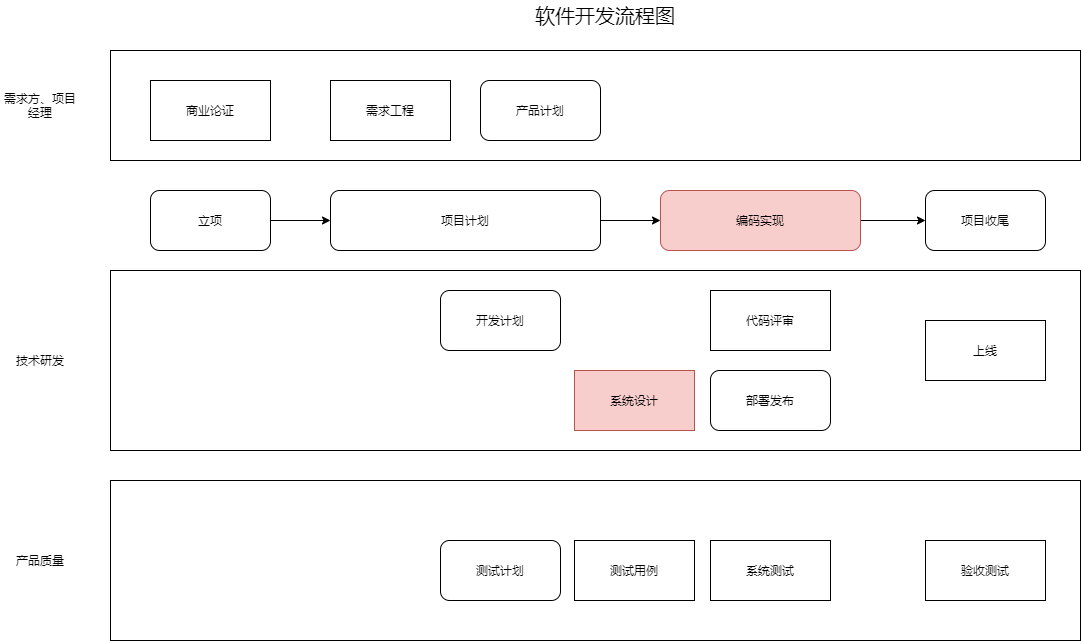
codefossil/javabook keeps this draw.io diagram as image/process.drawio.png. Above is the earlier version. Source tidied: cells renumbered, new cells last; positions are measured from the earlier drawing's top-left corner, leaving out a move shared by most shapes. Its diagram source:
```xml
<mxGraphModel>
  <root>
    <mxCell id="0" />
    <mxCell id="1" parent="0" />
    <mxCell id="2" style="rounded=0;whiteSpace=wrap;html=1;" parent="1" vertex="1">
      <mxGeometry x="110" y="50" width="970" height="110" as="geometry" />
    </mxCell>
    <mxCell id="3" style="rounded=0;whiteSpace=wrap;html=1;" parent="1" vertex="1">
      <mxGeometry x="110" y="480" width="970" height="160" as="geometry" />
    </mxCell>
    <mxCell id="4" style="rounded=0;whiteSpace=wrap;html=1;" parent="1" vertex="1">
      <mxGeometry x="110" y="270" width="970" height="180" as="geometry" />
    </mxCell>
    <mxCell id="5" style="edgeStyle=orthogonalEdgeStyle;rounded=0;jettySize=auto;html=1;" parent="1" edge="1" source="6" target="11">
      <mxGeometry relative="1" as="geometry" />
    </mxCell>
    <mxCell id="6" value="立项" style="rounded=1;whiteSpace=wrap;html=1;" parent="1" vertex="1">
      <mxGeometry x="150" y="190" width="120" height="60" as="geometry" />
    </mxCell>
    <mxCell id="7" value="商业论证" style="rounded=0;whiteSpace=wrap;html=1;" parent="1" vertex="1">
      <mxGeometry x="150" y="80" width="120" height="60" as="geometry" />
    </mxCell>
    <mxCell id="8" value="需求工程" style="rounded=0;whiteSpace=wrap;html=1;" parent="1" vertex="1">
      <mxGeometry x="330" y="80" width="120" height="60" as="geometry" />
    </mxCell>
    <mxCell id="9" value="产品计划" style="rounded=1;whiteSpace=wrap;html=1;" parent="1" vertex="1">
      <mxGeometry x="480" y="80" width="120" height="60" as="geometry" />
    </mxCell>
    <mxCell id="10" style="edgeStyle=orthogonalEdgeStyle;rounded=0;jettySize=auto;html=1;" parent="1" edge="1" source="11" target="20">
      <mxGeometry relative="1" as="geometry" />
    </mxCell>
    <mxCell id="11" value="项目计划" style="rounded=1;whiteSpace=wrap;html=1;" parent="1" vertex="1">
      <mxGeometry x="330" y="190" width="270" height="60" as="geometry" />
    </mxCell>
    <mxCell id="12" value="测试计划" style="rounded=1;whiteSpace=wrap;html=1;" parent="1" vertex="1">
      <mxGeometry x="440" y="540" width="120" height="60" as="geometry" />
    </mxCell>
    <mxCell id="13" value="开发计划" style="rounded=1;whiteSpace=wrap;html=1;" parent="1" vertex="1">
      <mxGeometry x="440" y="290" width="120" height="60" as="geometry" />
    </mxCell>
    <mxCell id="14" value="系统设计" style="rounded=0;whiteSpace=wrap;html=1;fillColor=#f8cecc;strokeColor=#b85450;" parent="1" vertex="1">
      <mxGeometry x="574" y="370" width="120" height="60" as="geometry" />
    </mxCell>
    <mxCell id="15" value="系统测试" style="rounded=0;whiteSpace=wrap;html=1;" parent="1" vertex="1">
      <mxGeometry x="710" y="540" width="120" height="60" as="geometry" />
    </mxCell>
    <mxCell id="16" value="测试用例" style="rounded=0;whiteSpace=wrap;html=1;" parent="1" vertex="1">
      <mxGeometry x="574" y="540" width="120" height="60" as="geometry" />
    </mxCell>
    <mxCell id="17" value="代码评审" style="rounded=0;whiteSpace=wrap;html=1;" parent="1" vertex="1">
      <mxGeometry x="710" y="290" width="120" height="60" as="geometry" />
    </mxCell>
    <mxCell id="18" value="部署发布" style="rounded=1;whiteSpace=wrap;html=1;" parent="1" vertex="1">
      <mxGeometry x="710" y="370" width="120" height="60" as="geometry" />
    </mxCell>
    <mxCell id="19" style="edgeStyle=orthogonalEdgeStyle;rounded=0;jettySize=auto;html=1;" parent="1" edge="1" source="20" target="22">
      <mxGeometry relative="1" as="geometry" />
    </mxCell>
    <mxCell id="20" value="编码实现" style="rounded=1;whiteSpace=wrap;html=1;fillColor=#f8cecc;strokeColor=#b85450;" parent="1" vertex="1">
      <mxGeometry x="660" y="190" width="200" height="60" as="geometry" />
    </mxCell>
    <mxCell id="21" value="验收测试" style="rounded=0;whiteSpace=wrap;html=1;" parent="1" vertex="1">
      <mxGeometry x="925" y="540" width="120" height="60" as="geometry" />
    </mxCell>
    <mxCell id="22" value="项目收尾" style="rounded=1;whiteSpace=wrap;html=1;" parent="1" vertex="1">
      <mxGeometry x="925" y="190" width="120" height="60" as="geometry" />
    </mxCell>
    <mxCell id="23" value="上线" style="rounded=0;whiteSpace=wrap;html=1;" parent="1" vertex="1">
      <mxGeometry x="925" y="320" width="120" height="60" as="geometry" />
    </mxCell>
    <mxCell id="24" value="&lt;font style=&quot;font-size: 20px&quot;&gt;软件开发流程图&lt;/font&gt;" style="text;html=1;strokeColor=none;fillColor=none;align=center;verticalAlign=middle;whiteSpace=wrap;rounded=0;" parent="1" vertex="1">
      <mxGeometry x="520" width="170" height="30" as="geometry" />
    </mxCell>
    <mxCell id="25" value="需求方、项目经理" style="text;html=1;strokeColor=none;fillColor=none;align=center;verticalAlign=middle;whiteSpace=wrap;rounded=0;" parent="1" vertex="1">
      <mxGeometry y="90" width="80" height="30" as="geometry" />
    </mxCell>
    <mxCell id="26" value="技术研发" style="text;html=1;strokeColor=none;fillColor=none;align=center;verticalAlign=middle;whiteSpace=wrap;rounded=0;" parent="1" vertex="1">
      <mxGeometry y="345" width="80" height="30" as="geometry" />
    </mxCell>
    <mxCell id="27" value="产品质量" style="text;html=1;strokeColor=none;fillColor=none;align=center;verticalAlign=middle;whiteSpace=wrap;rounded=0;" parent="1" vertex="1">
      <mxGeometry y="545" width="80" height="30" as="geometry" />
    </mxCell>
  </root>
</mxGraphModel>
```
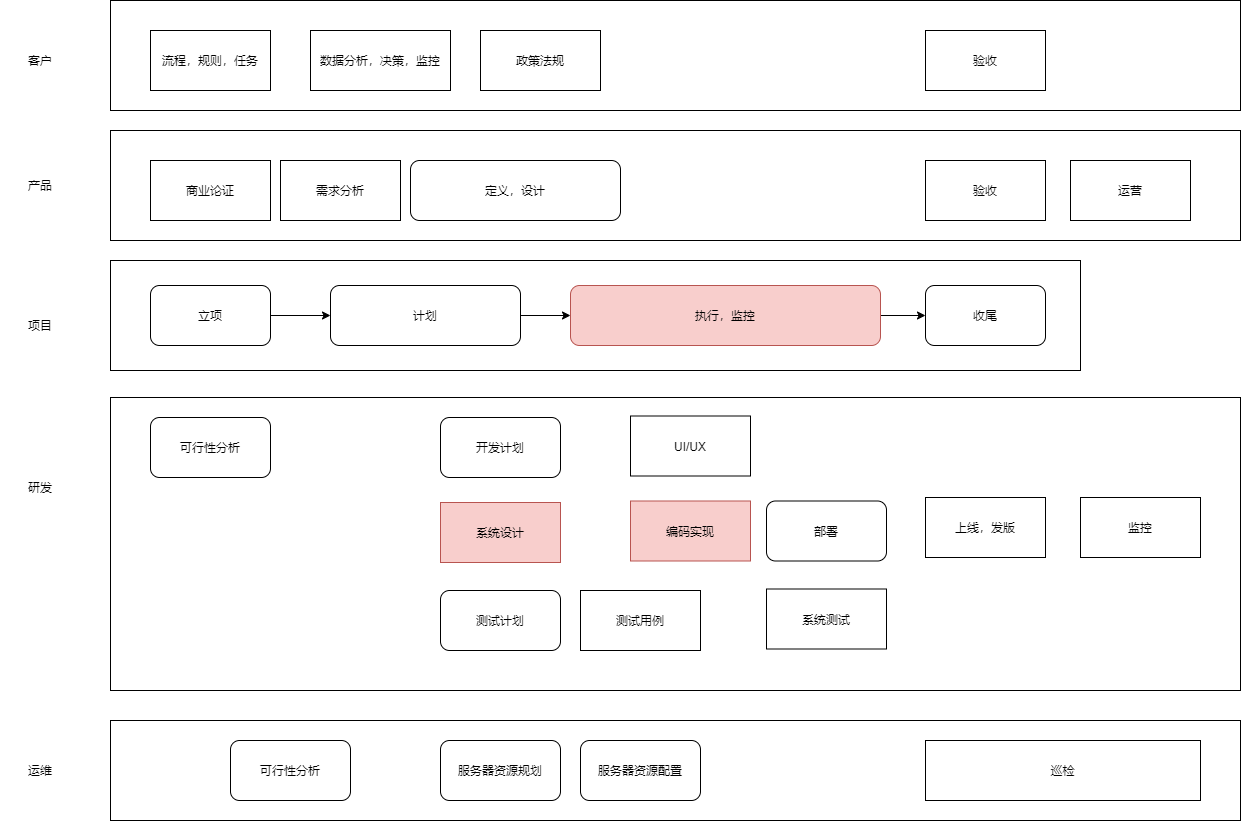
Later version of the same file.

The edit, as a diff of the source:
```diff
@@ -2,83 +2,128 @@
   <root>
     <mxCell id="0" />
     <mxCell id="1" parent="0" />
+    <mxCell id="28" style="rounded=0;whiteSpace=wrap;html=1;" parent="1" vertex="1">
+      <mxGeometry x="120" y="340" width="970" height="110" as="geometry" />
+    </mxCell>
     <mxCell id="2" style="rounded=0;whiteSpace=wrap;html=1;" parent="1" vertex="1">
-      <mxGeometry x="110" y="50" width="970" height="110" as="geometry" />
+      <mxGeometry x="120" y="210" width="1130" height="110" as="geometry" />
     </mxCell>
-    <mxCell id="3" style="rounded=0;whiteSpace=wrap;html=1;" parent="1" vertex="1">
-      <mxGeometry x="110" y="480" width="970" height="160" as="geometry" />
-    </mxCell>
     <mxCell id="4" style="rounded=0;whiteSpace=wrap;html=1;" parent="1" vertex="1">
-      <mxGeometry x="110" y="270" width="970" height="180" as="geometry" />
+      <mxGeometry x="120" y="477" width="1130" height="293" as="geometry" />
     </mxCell>
     <mxCell id="5" style="edgeStyle=orthogonalEdgeStyle;rounded=0;jettySize=auto;html=1;" parent="1" edge="1" source="6" target="11">
       <mxGeometry relative="1" as="geometry" />
     </mxCell>
     <mxCell id="6" value="立项" style="rounded=1;whiteSpace=wrap;html=1;" parent="1" vertex="1">
-      <mxGeometry x="150" y="190" width="120" height="60" as="geometry" />
+      <mxGeometry x="160" y="365" width="120" height="60" as="geometry" />
     </mxCell>
     <mxCell id="7" value="商业论证" style="rounded=0;whiteSpace=wrap;html=1;" parent="1" vertex="1">
-      <mxGeometry x="150" y="80" width="120" height="60" as="geometry" />
+      <mxGeometry x="160" y="240" width="120" height="60" as="geometry" />
     </mxCell>
-    <mxCell id="8" value="需求工程" style="rounded=0;whiteSpace=wrap;html=1;" parent="1" vertex="1">
-      <mxGeometry x="330" y="80" width="120" height="60" as="geometry" />
+    <mxCell id="8" value="需求分析" style="rounded=0;whiteSpace=wrap;html=1;" parent="1" vertex="1">
+      <mxGeometry x="290" y="240" width="120" height="60" as="geometry" />
     </mxCell>
-    <mxCell id="9" value="产品计划" style="rounded=1;whiteSpace=wrap;html=1;" parent="1" vertex="1">
-      <mxGeometry x="480" y="80" width="120" height="60" as="geometry" />
+    <mxCell id="9" value="定义，设计" style="rounded=1;whiteSpace=wrap;html=1;" parent="1" vertex="1">
+      <mxGeometry x="420" y="240" width="210" height="60" as="geometry" />
     </mxCell>
     <mxCell id="10" style="edgeStyle=orthogonalEdgeStyle;rounded=0;jettySize=auto;html=1;" parent="1" edge="1" source="11" target="20">
       <mxGeometry relative="1" as="geometry" />
     </mxCell>
-    <mxCell id="11" value="项目计划" style="rounded=1;whiteSpace=wrap;html=1;" parent="1" vertex="1">
-      <mxGeometry x="330" y="190" width="270" height="60" as="geometry" />
+    <mxCell id="11" value="计划" style="rounded=1;whiteSpace=wrap;html=1;" parent="1" vertex="1">
+      <mxGeometry x="340" y="365" width="190" height="60" as="geometry" />
     </mxCell>
     <mxCell id="12" value="测试计划" style="rounded=1;whiteSpace=wrap;html=1;" parent="1" vertex="1">
-      <mxGeometry x="440" y="540" width="120" height="60" as="geometry" />
+      <mxGeometry x="450" y="670" width="120" height="60" as="geometry" />
     </mxCell>
     <mxCell id="13" value="开发计划" style="rounded=1;whiteSpace=wrap;html=1;" parent="1" vertex="1">
-      <mxGeometry x="440" y="290" width="120" height="60" as="geometry" />
+      <mxGeometry x="450" y="497" width="120" height="60" as="geometry" />
     </mxCell>
     <mxCell id="14" value="系统设计" style="rounded=0;whiteSpace=wrap;html=1;fillColor=#f8cecc;strokeColor=#b85450;" parent="1" vertex="1">
-      <mxGeometry x="574" y="370" width="120" height="60" as="geometry" />
+      <mxGeometry x="450" y="582" width="120" height="60" as="geometry" />
     </mxCell>
     <mxCell id="15" value="系统测试" style="rounded=0;whiteSpace=wrap;html=1;" parent="1" vertex="1">
-      <mxGeometry x="710" y="540" width="120" height="60" as="geometry" />
+      <mxGeometry x="776" y="668.5" width="120" height="60" as="geometry" />
     </mxCell>
     <mxCell id="16" value="测试用例" style="rounded=0;whiteSpace=wrap;html=1;" parent="1" vertex="1">
-      <mxGeometry x="574" y="540" width="120" height="60" as="geometry" />
+      <mxGeometry x="590" y="670" width="120" height="60" as="geometry" />
     </mxCell>
-    <mxCell id="17" value="代码评审" style="rounded=0;whiteSpace=wrap;html=1;" parent="1" vertex="1">
-      <mxGeometry x="710" y="290" width="120" height="60" as="geometry" />
-    </mxCell>
-    <mxCell id="18" value="部署发布" style="rounded=1;whiteSpace=wrap;html=1;" parent="1" vertex="1">
-      <mxGeometry x="710" y="370" width="120" height="60" as="geometry" />
+    <mxCell id="18" value="部署" style="rounded=1;whiteSpace=wrap;html=1;" parent="1" vertex="1">
+      <mxGeometry x="776" y="580.5" width="120" height="60" as="geometry" />
     </mxCell>
     <mxCell id="19" style="edgeStyle=orthogonalEdgeStyle;rounded=0;jettySize=auto;html=1;" parent="1" edge="1" source="20" target="22">
       <mxGeometry relative="1" as="geometry" />
     </mxCell>
-    <mxCell id="20" value="编码实现" style="rounded=1;whiteSpace=wrap;html=1;fillColor=#f8cecc;strokeColor=#b85450;" parent="1" vertex="1">
-      <mxGeometry x="660" y="190" width="200" height="60" as="geometry" />
+    <mxCell id="20" value="执行，监控" style="rounded=1;whiteSpace=wrap;html=1;fillColor=#f8cecc;strokeColor=#b85450;" parent="1" vertex="1">
+      <mxGeometry x="580" y="365" width="310" height="60" as="geometry" />
     </mxCell>
-    <mxCell id="21" value="验收测试" style="rounded=0;whiteSpace=wrap;html=1;" parent="1" vertex="1">
-      <mxGeometry x="925" y="540" width="120" height="60" as="geometry" />
-    </mxCell>
-    <mxCell id="22" value="项目收尾" style="rounded=1;whiteSpace=wrap;html=1;" parent="1" vertex="1">
-      <mxGeometry x="925" y="190" width="120" height="60" as="geometry" />
+    <mxCell id="22" value="收尾" style="rounded=1;whiteSpace=wrap;html=1;" parent="1" vertex="1">
+      <mxGeometry x="935" y="365" width="120" height="60" as="geometry" />
     </mxCell>
-    <mxCell id="23" value="上线" style="rounded=0;whiteSpace=wrap;html=1;" parent="1" vertex="1">
-      <mxGeometry x="925" y="320" width="120" height="60" as="geometry" />
+    <mxCell id="23" value="上线，发版" style="rounded=0;whiteSpace=wrap;html=1;" parent="1" vertex="1">
+      <mxGeometry x="935" y="577" width="120" height="60" as="geometry" />
     </mxCell>
-    <mxCell id="24" value="&lt;font style=&quot;font-size: 20px&quot;&gt;软件开发流程图&lt;/font&gt;" style="text;html=1;strokeColor=none;fillColor=none;align=center;verticalAlign=middle;whiteSpace=wrap;rounded=0;" parent="1" vertex="1">
-      <mxGeometry x="520" width="170" height="30" as="geometry" />
-    </mxCell>
-    <mxCell id="25" value="需求方、项目经理" style="text;html=1;strokeColor=none;fillColor=none;align=center;verticalAlign=middle;whiteSpace=wrap;rounded=0;" parent="1" vertex="1">
-      <mxGeometry y="90" width="80" height="30" as="geometry" />
+    <mxCell id="25" value="产品" style="text;html=1;strokeColor=none;fillColor=none;align=center;verticalAlign=middle;whiteSpace=wrap;rounded=0;" parent="1" vertex="1">
+      <mxGeometry x="10" y="250" width="80" height="30" as="geometry" />
     </mxCell>
-    <mxCell id="26" value="技术研发" style="text;html=1;strokeColor=none;fillColor=none;align=center;verticalAlign=middle;whiteSpace=wrap;rounded=0;" parent="1" vertex="1">
-      <mxGeometry y="345" width="80" height="30" as="geometry" />
+    <mxCell id="26" value="研发" style="text;html=1;strokeColor=none;fillColor=none;align=center;verticalAlign=middle;whiteSpace=wrap;rounded=0;" parent="1" vertex="1">
+      <mxGeometry x="10" y="552" width="80" height="30" as="geometry" />
     </mxCell>
-    <mxCell id="27" value="产品质量" style="text;html=1;strokeColor=none;fillColor=none;align=center;verticalAlign=middle;whiteSpace=wrap;rounded=0;" parent="1" vertex="1">
-      <mxGeometry y="545" width="80" height="30" as="geometry" />
-    </mxCell>
+    <mxCell id="29" value="项目" style="text;html=1;strokeColor=none;fillColor=none;align=center;verticalAlign=middle;whiteSpace=wrap;rounded=0;" parent="1" vertex="1">
+      <mxGeometry x="10" y="390" width="80" height="30" as="geometry" />
+    </mxCell>
+    <mxCell id="30" style="rounded=0;whiteSpace=wrap;html=1;" parent="1" vertex="1">
+      <mxGeometry x="120" y="80" width="1130" height="110" as="geometry" />
+    </mxCell>
+    <mxCell id="31" value="流程，规则，任务" style="rounded=0;whiteSpace=wrap;html=1;" parent="1" vertex="1">
+      <mxGeometry x="160" y="110" width="120" height="60" as="geometry" />
+    </mxCell>
+    <mxCell id="32" value="客户" style="text;html=1;strokeColor=none;fillColor=none;align=center;verticalAlign=middle;whiteSpace=wrap;rounded=0;" parent="1" vertex="1">
+      <mxGeometry x="10" y="125" width="80" height="30" as="geometry" />
+    </mxCell>
+    <mxCell id="33" value="政策法规" style="rounded=0;whiteSpace=wrap;html=1;" parent="1" vertex="1">
+      <mxGeometry x="490" y="110" width="120" height="60" as="geometry" />
+    </mxCell>
+    <mxCell id="34" value="可行性分析" style="rounded=1;whiteSpace=wrap;html=1;" parent="1" vertex="1">
+      <mxGeometry x="160" y="497" width="120" height="60" as="geometry" />
+    </mxCell>
+    <mxCell id="35" value="数据分析，决策，监控" style="rounded=0;whiteSpace=wrap;html=1;" parent="1" vertex="1">
+      <mxGeometry x="320" y="110" width="140" height="60" as="geometry" />
+    </mxCell>
+    <mxCell id="36" value="验收" style="rounded=0;whiteSpace=wrap;html=1;" parent="1" vertex="1">
+      <mxGeometry x="935" y="110" width="120" height="60" as="geometry" />
+    </mxCell>
+    <mxCell id="37" value="验收" style="rounded=0;whiteSpace=wrap;html=1;" parent="1" vertex="1">
+      <mxGeometry x="935" y="240" width="120" height="60" as="geometry" />
+    </mxCell>
+    <mxCell id="38" style="rounded=0;whiteSpace=wrap;html=1;" parent="1" vertex="1">
+      <mxGeometry x="120" y="800" width="1130" height="100" as="geometry" />
+    </mxCell>
+    <mxCell id="39" value="服务器资源规划" style="rounded=1;whiteSpace=wrap;html=1;" parent="1" vertex="1">
+      <mxGeometry x="450" y="820" width="120" height="60" as="geometry" />
+    </mxCell>
+    <mxCell id="40" value="巡检" style="rounded=0;whiteSpace=wrap;html=1;" parent="1" vertex="1">
+      <mxGeometry x="935" y="820" width="275" height="60" as="geometry" />
+    </mxCell>
+    <mxCell id="41" value="运维" style="text;html=1;strokeColor=none;fillColor=none;align=center;verticalAlign=middle;whiteSpace=wrap;rounded=0;" parent="1" vertex="1">
+      <mxGeometry x="10" y="835" width="80" height="30" as="geometry" />
+    </mxCell>
+    <mxCell id="42" value="可行性分析" style="rounded=1;whiteSpace=wrap;html=1;" parent="1" vertex="1">
+      <mxGeometry x="240" y="820" width="120" height="60" as="geometry" />
+    </mxCell>
+    <mxCell id="43" value="运营" style="rounded=0;whiteSpace=wrap;html=1;" parent="1" vertex="1">
+      <mxGeometry x="1080" y="240" width="120" height="60" as="geometry" />
+    </mxCell>
+    <mxCell id="44" value="监控" style="rounded=0;whiteSpace=wrap;html=1;" parent="1" vertex="1">
+      <mxGeometry x="1090" y="577" width="120" height="60" as="geometry" />
+    </mxCell>
+    <mxCell id="45" value="编码实现" style="rounded=0;whiteSpace=wrap;html=1;fillColor=#f8cecc;strokeColor=#b85450;" parent="1" vertex="1">
+      <mxGeometry x="640" y="580.5" width="120" height="60" as="geometry" />
+    </mxCell>
+    <mxCell id="46" value="UI/UX" style="rounded=0;whiteSpace=wrap;html=1;" parent="1" vertex="1">
+      <mxGeometry x="640" y="495.5" width="120" height="60" as="geometry" />
+    </mxCell>
+    <mxCell id="47" value="服务器资源配置" style="rounded=1;whiteSpace=wrap;html=1;" parent="1" vertex="1">
+      <mxGeometry x="590" y="820" width="120" height="60" as="geometry" />
+    </mxCell>
   </root>
 </mxGraphModel>
```
